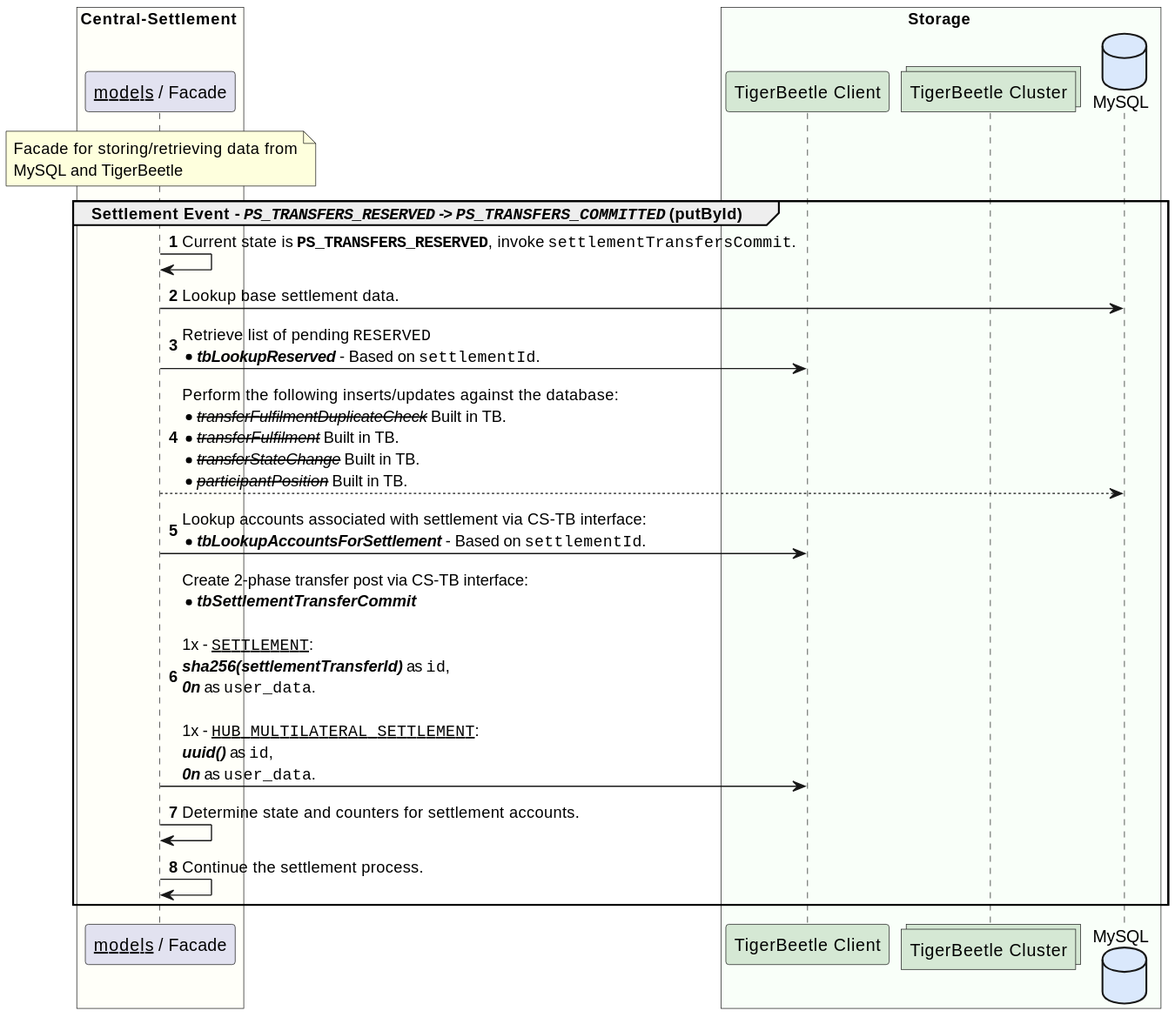
This is solution_design/sequence-settlement-tb-enabled-update-by-id-03.svg from coilhq/mucoa, a PlantUML export, as it was before one commit.
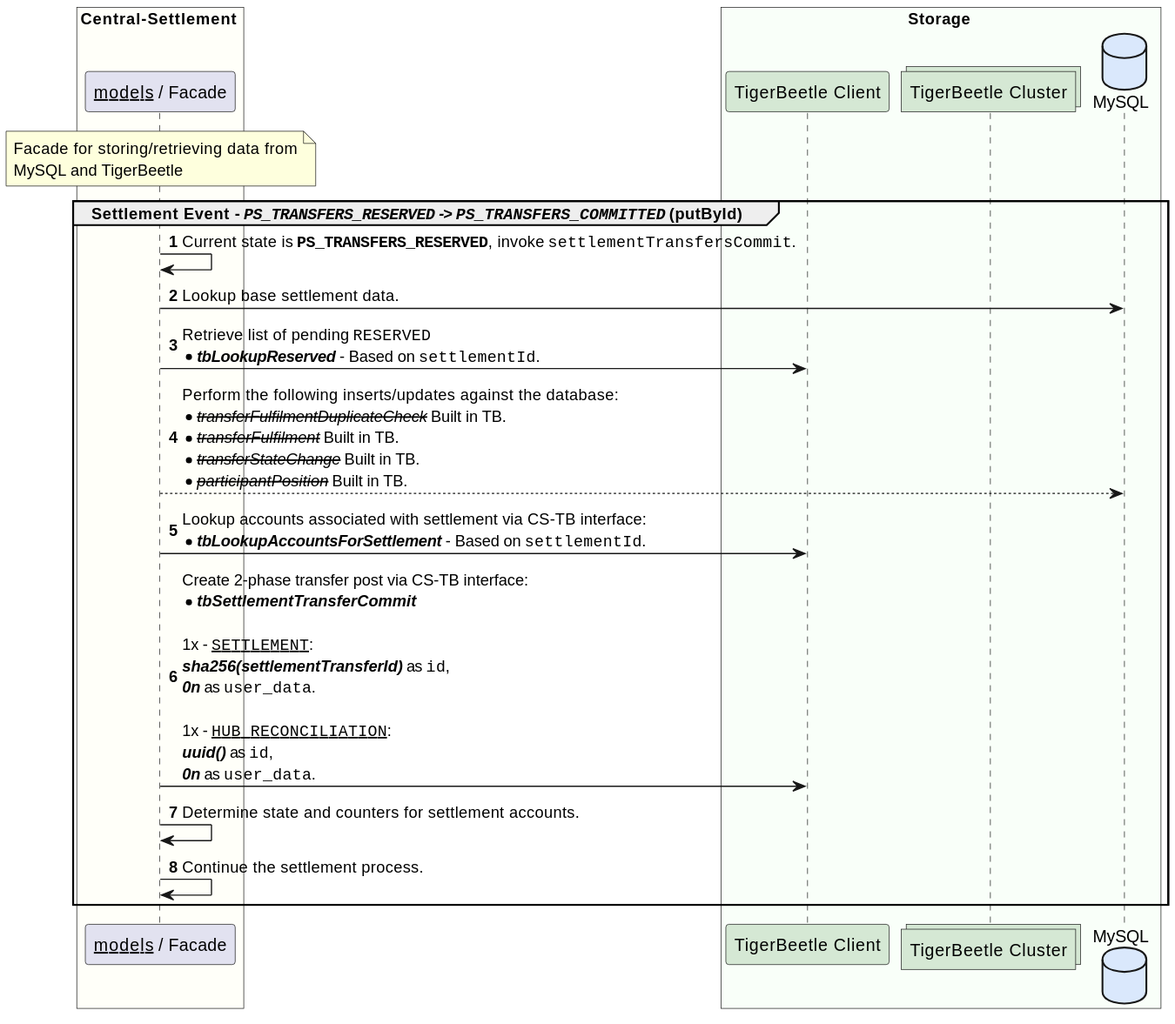
The same diagram one commit later.

What changed in the source:
```diff
@@ -22,7 +22,7 @@
     cs_facade -> tb_client : Retrieve list of pending ""RESERVED""\n*//**tbLookupReserved**// - Based on ""settlementId"".
     cs_facade --> cl_db : Perform the following inserts/updates against the database:\n*--//transferFulfilmentDuplicateCheck//-- Built in TB.\n*--//transferFulfilment//-- Built in TB.\n*--//transferStateChange//-- Built in TB.\n*--//participantPosition//-- Built in TB.
     cs_facade -> tb_client : Lookup accounts associated with settlement via CS-TB interface:\n*//**tbLookupAccountsForSettlement**// - Based on ""settlementId"".
-    cs_facade -> tb_client : Create 2-phase transfer post via CS-TB interface:\n*//**tbSettlementTransferCommit**//\n\n1x - __""SETTLEMENT""__:\n**//sha256(settlementTransferId)//** as ""id"", \n**//0n//** as ""user_data"".\n\n1x - __""HUB_MULTILATERAL_SETTLEMENT""__:\n**//uuid()//** as ""id"", \n**//0n//** as ""user_data"".
+    cs_facade -> tb_client : Create 2-phase transfer post via CS-TB interface:\n*//**tbSettlementTransferCommit**//\n\n1x - __""SETTLEMENT""__:\n**//sha256(settlementTransferId)//** as ""id"", \n**//0n//** as ""user_data"".\n\n1x - __""HUB_RECONCILIATION""__:\n**//uuid()//** as ""id"", \n**//0n//** as ""user_data"".
     cs_facade -> cs_facade : Determine state and counters for settlement accounts.
     cs_facade -> cs_facade : Continue the settlement process.
 end
```
